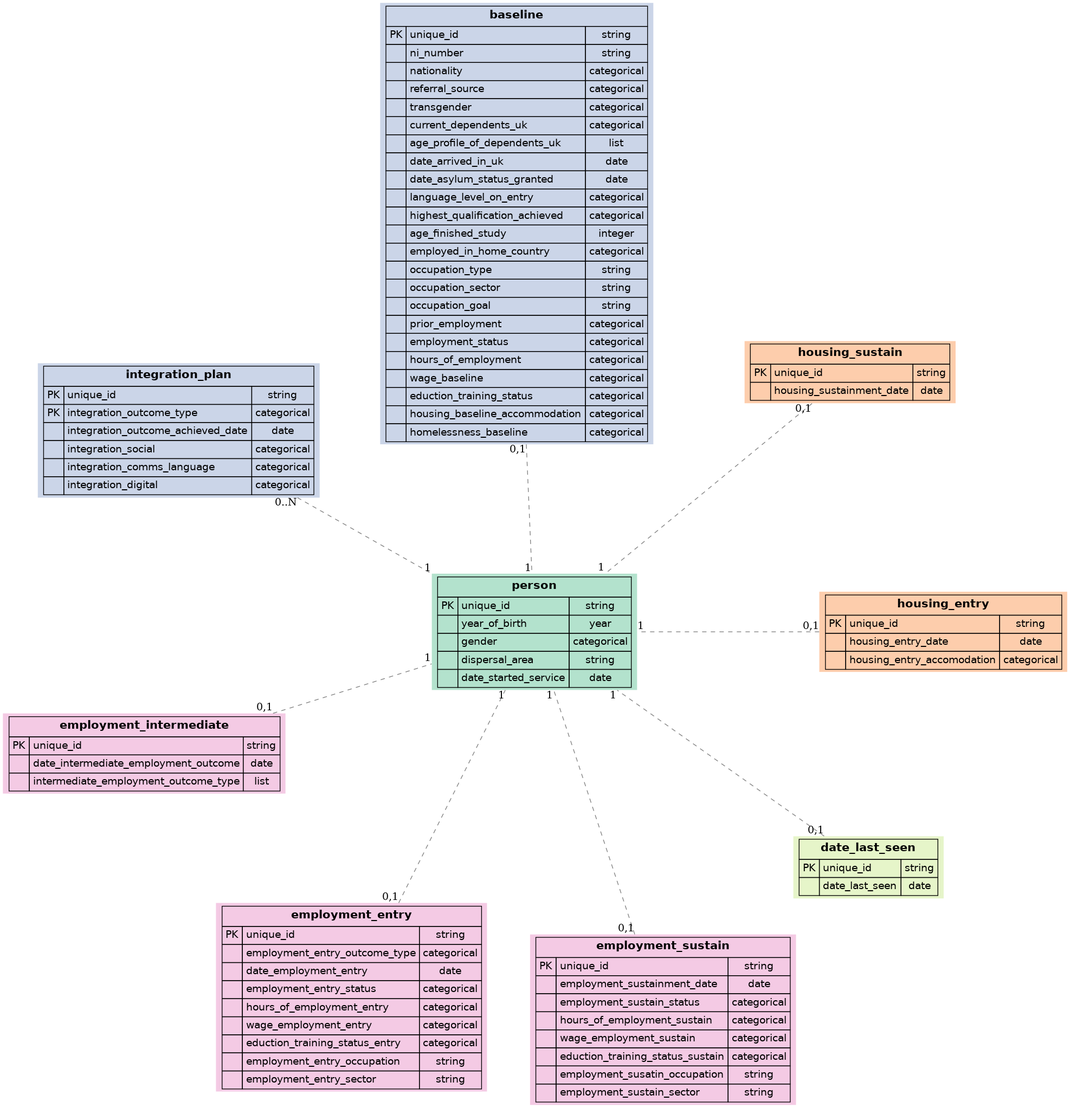
Above: assets/spec/record-relationships.png in SocialFinanceDigitalLabs/RTOF-specification (Graphviz), before the change. Its source is kept beside it as assets/spec/record-relationships.dot.
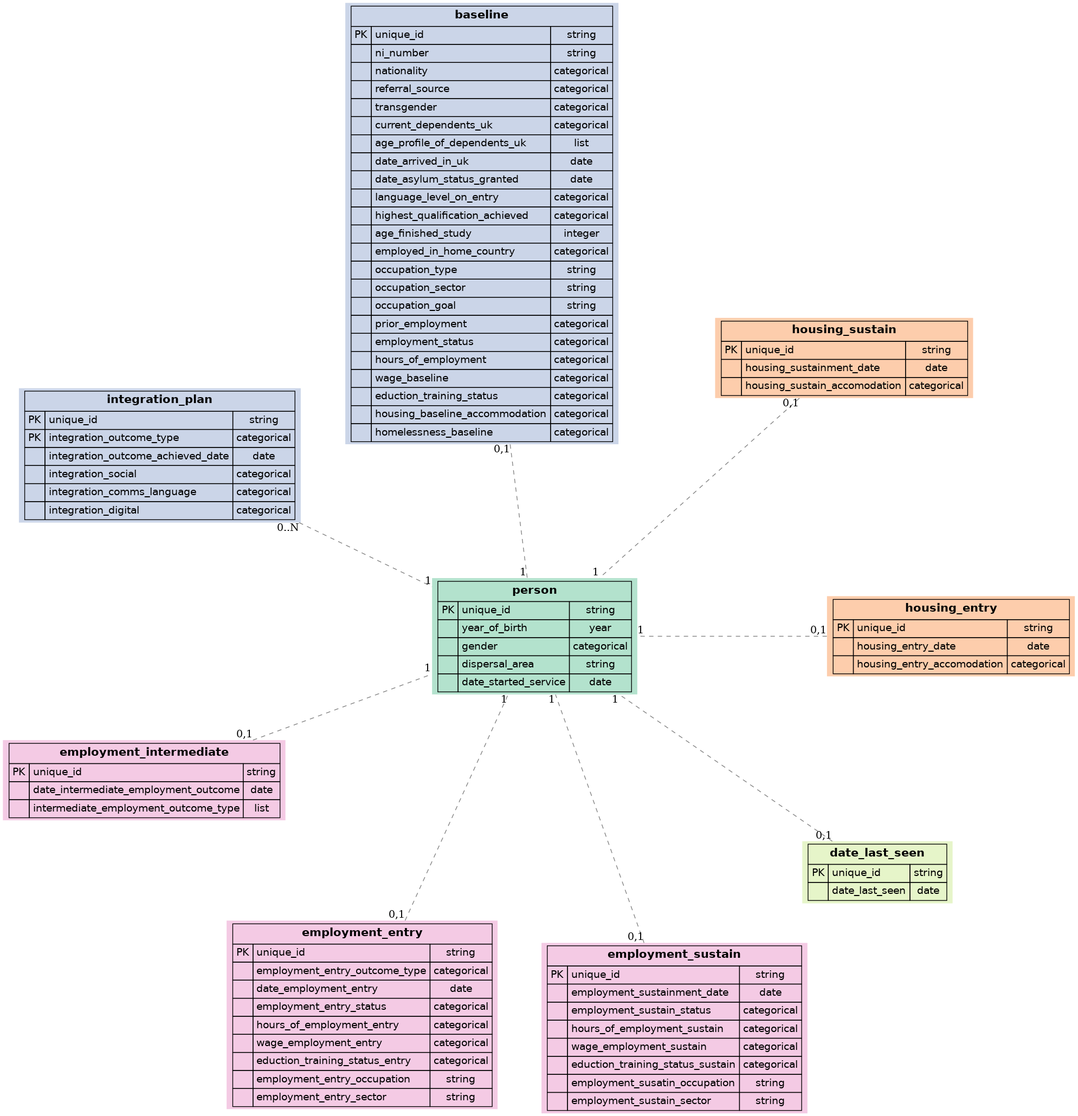
Above is the later version.

The edit, as a diff of the source:
```diff
@@ -85,6 +85,11 @@
             <TD></TD>
             <TD ALIGN="LEFT">housing_sustainment_date</TD>
             <TD ALIGN="CENTER">date</TD>
+        </TR>
+        <TR>
+            <TD></TD>
+            <TD ALIGN="LEFT">housing_sustain_accomodation</TD>
+            <TD ALIGN="CENTER">categorical</TD>
         </TR>
     </TABLE>
 </FONT>>];
```
